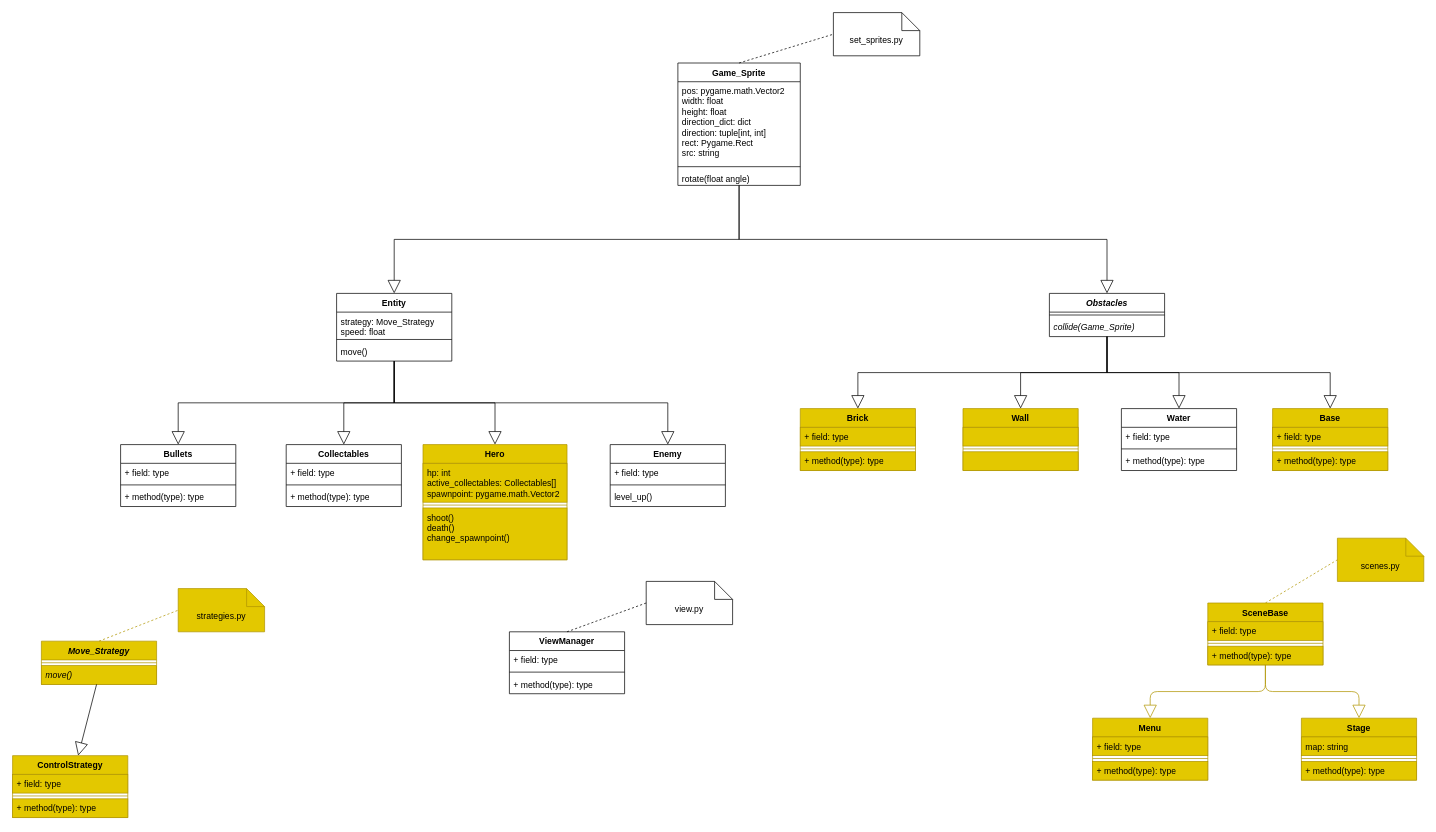
This is UML.drawio from MoNaK-Wales/battle_city, a draw.io file, before an edit. Source tidied: cells renumbered, new cells numbered last; positions are measured from the earlier drawing's top-left corner, leaving out a move shared by most shapes. Both pictures are drawn from the tidied source at 72%, with x=0, y=0 at pixel (12, 12).
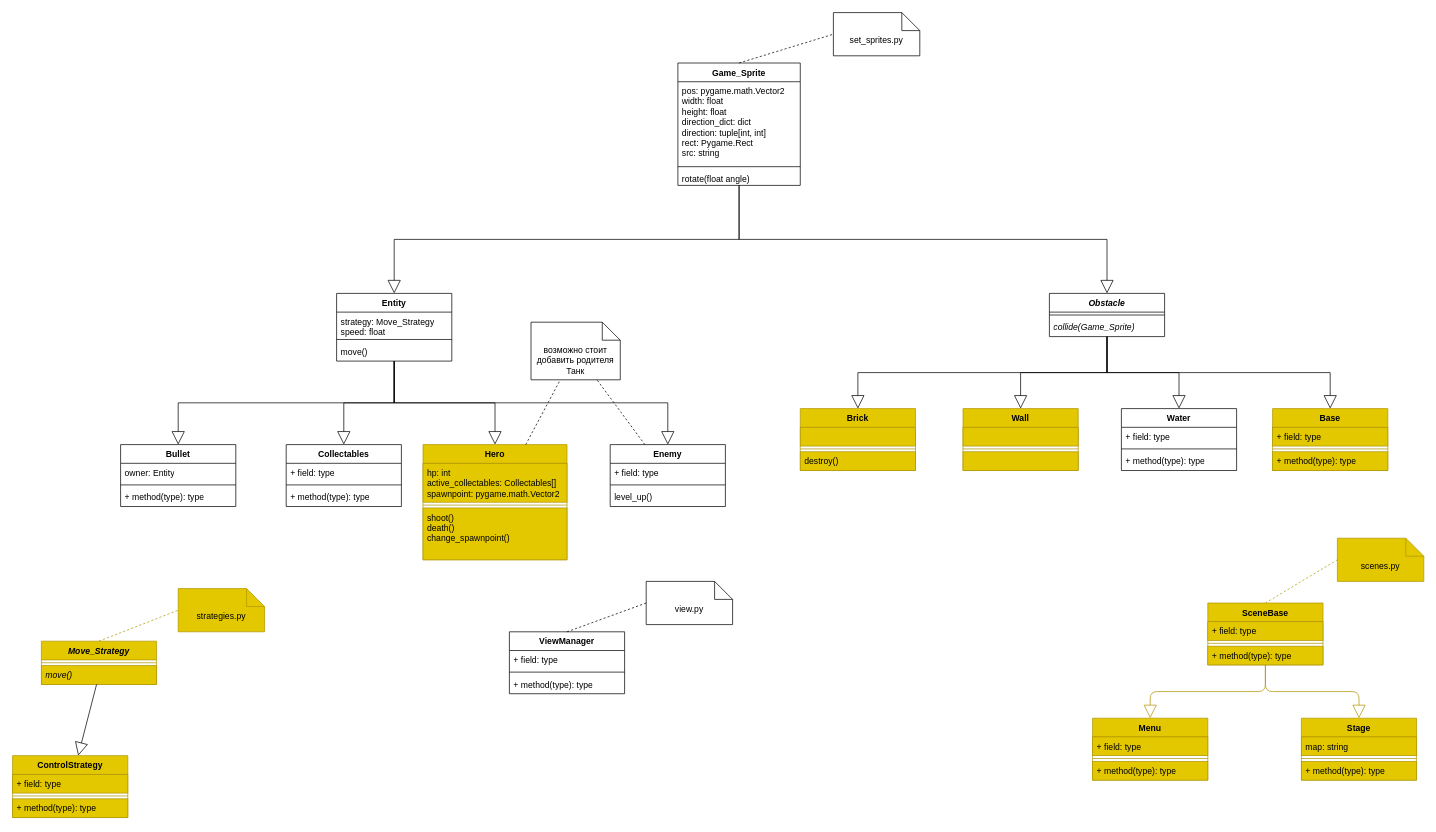
The same diagram, later.

The change refers to these unchanged cells:
```xml
<mxCell id="6" value="Hero" style="swimlane;fontStyle=1;align=center;verticalAlign=top;horizontal=1;startSize=26;whiteSpace=wrap;html=1;fillColor=#e3c800;fontColor=#000000;strokeColor=#B09500;" parent="1" vertex="1">
  <mxGeometry x="570" y="600" width="200" height="160" as="geometry" />
</mxCell>
<mxCell id="15" value="Enemy" style="swimlane;fontStyle=1;align=center;verticalAlign=top;horizontal=1;startSize=26;whiteSpace=wrap;html=1;swimlaneLine=1;" parent="1" vertex="1">
  <mxGeometry x="830" y="600" width="160" height="86" as="geometry" />
</mxCell>
<mxCell id="29" value="Brick" style="swimlane;fontStyle=1;align=center;verticalAlign=top;horizontal=1;startSize=26;whiteSpace=wrap;html=1;fillColor=#e3c800;fontColor=#000000;strokeColor=#B09500;" parent="1" vertex="1">
  <mxGeometry x="1094" y="550" width="160" height="86" as="geometry" />
</mxCell>
```

The edit, as a diff of the source:
```diff
@@
-    <mxCell id="21" value="&lt;i&gt;Obstacles&lt;/i&gt;" style="swimlane;fontStyle=1;align=center;verticalAlign=top;horizontal=1;startSize=26;whiteSpace=wrap;html=1;" parent="1" vertex="1">
+    <mxCell id="21" value="&lt;i&gt;Obstacle&lt;/i&gt;" style="swimlane;fontStyle=1;align=center;verticalAlign=top;horizontal=1;startSize=26;whiteSpace=wrap;html=1;" parent="1" vertex="1">
       <mxGeometry x="1440" y="390" width="160" height="60" as="geometry" />
     </mxCell>
@@
-    <mxCell id="25" value="Bullets" style="swimlane;fontStyle=1;align=center;verticalAlign=top;horizontal=1;startSize=26;whiteSpace=wrap;html=1;" parent="1" vertex="1">
+    <mxCell id="25" value="Bullet" style="swimlane;fontStyle=1;align=center;verticalAlign=top;horizontal=1;startSize=26;whiteSpace=wrap;html=1;" parent="1" vertex="1">
       <mxGeometry x="150" y="600" width="160" height="86" as="geometry" />
     </mxCell>
-    <mxCell id="26" value="+ field: type" style="text;strokeColor=none;fillColor=none;align=left;verticalAlign=top;spacingLeft=4;spacingRight=4;overflow=hidden;whiteSpace=wrap;html=1;" parent="25" vertex="1">
+    <mxCell id="26" value="owner: Entity" style="text;strokeColor=none;fillColor=none;align=left;verticalAlign=top;spacingLeft=4;spacingRight=4;overflow=hidden;whiteSpace=wrap;html=1;" parent="25" vertex="1">
       <mxGeometry y="26" width="160" height="26" as="geometry" />
     </mxCell>
@@
-    <mxCell id="30" value="+ field: type" style="text;strokeColor=#B09500;fillColor=#e3c800;align=left;verticalAlign=top;spacingLeft=4;spacingRight=4;overflow=hidden;whiteSpace=wrap;html=1;fontColor=#000000;" parent="29" vertex="1">
+    <mxCell id="30" style="text;strokeColor=#B09500;fillColor=#e3c800;align=left;verticalAlign=top;spacingLeft=4;spacingRight=4;overflow=hidden;whiteSpace=wrap;html=1;fontColor=#000000;" parent="29" vertex="1">
       <mxGeometry y="26" width="160" height="26" as="geometry" />
     </mxCell>
@@
-    <mxCell id="32" value="+ method(type): type" style="text;strokeColor=#B09500;fillColor=#e3c800;align=left;verticalAlign=top;spacingLeft=4;spacingRight=4;overflow=hidden;whiteSpace=wrap;html=1;fontColor=#000000;" parent="29" vertex="1">
+    <mxCell id="32" value="destroy()" style="text;strokeColor=#B09500;fillColor=#e3c800;align=left;verticalAlign=top;spacingLeft=4;spacingRight=4;overflow=hidden;whiteSpace=wrap;html=1;fontColor=#000000;" parent="29" vertex="1">
       <mxGeometry y="60" width="160" height="26" as="geometry" />
     </mxCell>
@@
+    <mxCell id="89" value="возможно стоит добавить родителя Танк" style="shape=note2;boundedLbl=1;whiteSpace=wrap;html=1;size=25;verticalAlign=top;align=center;" parent="1" vertex="1">
+      <mxGeometry x="720" y="430" width="124" height="80" as="geometry" />
+    </mxCell>
+    <mxCell id="90" style="endArrow=none;dashed=1;html=1;elbow=vertical;" parent="1" edge="1" source="6" target="89">
+      <mxGeometry relative="1" as="geometry" />
+    </mxCell>
+    <mxCell id="91" style="endArrow=none;dashed=1;html=1;elbow=vertical;" parent="1" edge="1" source="15" target="89">
+      <mxGeometry relative="1" as="geometry" />
+    </mxCell>
```
